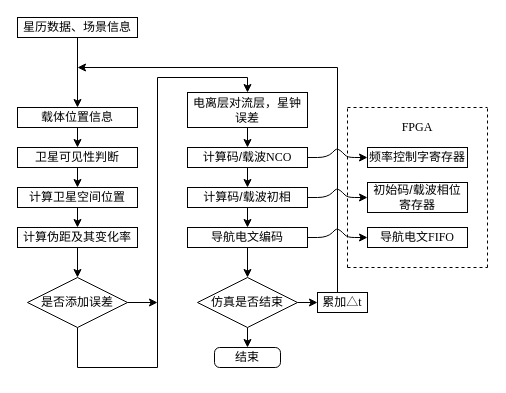
The draw.io diagram page "第 8 页" (8 of 8) of 未命名绘图111.drawio in RunningManlt/bj18, before the edit. Source tidied: cells renumbered, new cells numbered last; positions are measured from the earlier drawing's top-left corner, leaving out a move shared by most shapes. Both pictures are drawn from the tidied source at 100%, with x=0, y=0 at pixel (17, 17).
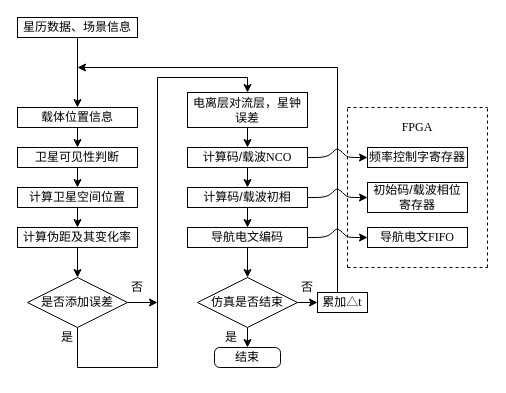
The same page after the edit.

Commit message:
更新未命名绘图111.drawio

Change to the diagram source:
```diff
@@
+    <mxCell id="40" value="&lt;font face=&quot;宋体&quot;&gt;是&lt;/font&gt;" style="text;html=1;strokeColor=none;fillColor=none;align=center;verticalAlign=middle;whiteSpace=wrap;rounded=0;" parent="1" vertex="1">
+      <mxGeometry x="40" y="310" width="20" height="20" as="geometry" />
+    </mxCell>
+    <mxCell id="41" value="&lt;font face=&quot;宋体&quot;&gt;是&lt;/font&gt;" style="text;html=1;strokeColor=none;fillColor=none;align=center;verticalAlign=middle;whiteSpace=wrap;rounded=0;" parent="1" vertex="1">
+      <mxGeometry x="204" y="310" width="20" height="20" as="geometry" />
+    </mxCell>
+    <mxCell id="42" value="&lt;font face=&quot;宋体&quot;&gt;否&lt;/font&gt;" style="text;html=1;strokeColor=none;fillColor=none;align=center;verticalAlign=middle;whiteSpace=wrap;rounded=0;" parent="1" vertex="1">
+      <mxGeometry x="110" y="260" width="20" height="20" as="geometry" />
+    </mxCell>
+    <mxCell id="43" value="&lt;font face=&quot;宋体&quot;&gt;否&lt;/font&gt;" style="text;html=1;strokeColor=none;fillColor=none;align=center;verticalAlign=middle;whiteSpace=wrap;rounded=0;" parent="1" vertex="1">
+      <mxGeometry x="280" y="260" width="20" height="20" as="geometry" />
+    </mxCell>
```
